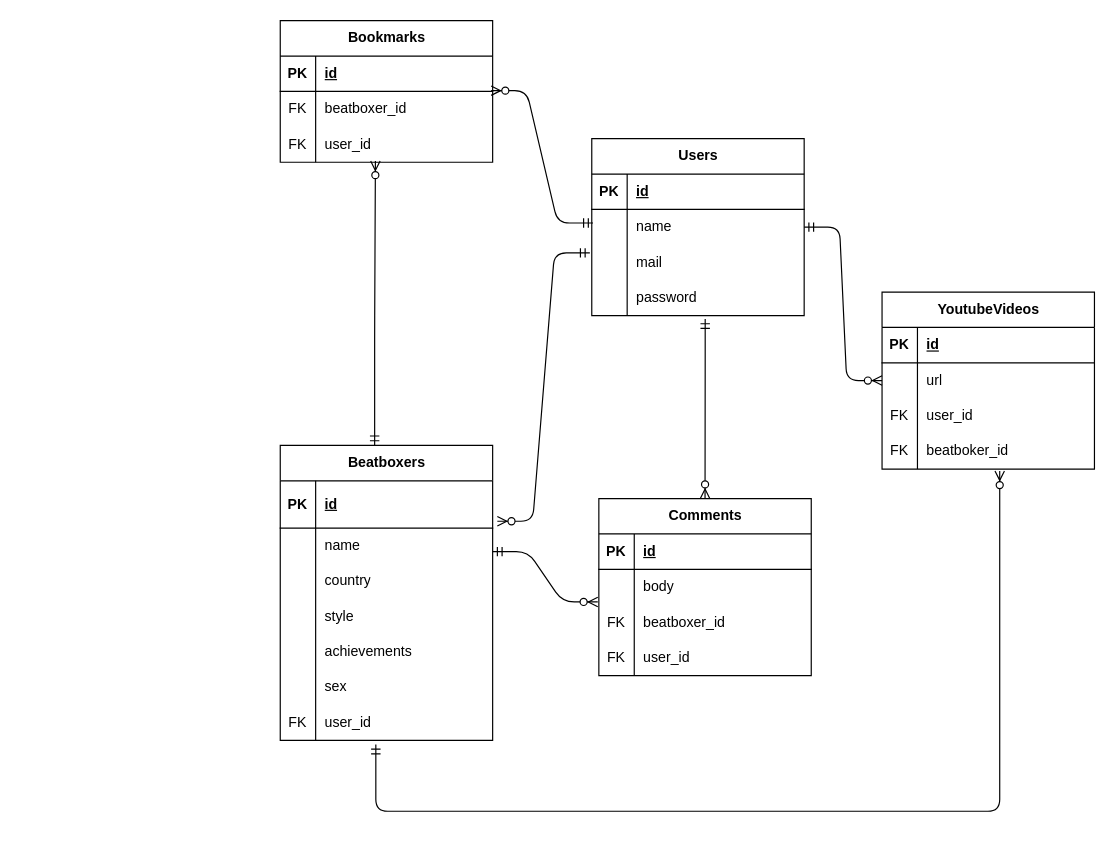
The draw.io diagram database_model_er.dio in yusuke061467/beatboxer-collection, before the edit. Source tidied: cells renumbered, new cells numbered last; positions are measured from the earlier drawing's top-left corner, leaving out a move shared by most shapes. Both pictures are drawn from the tidied source at 118%, with x=0, y=0 at pixel (280, 20).
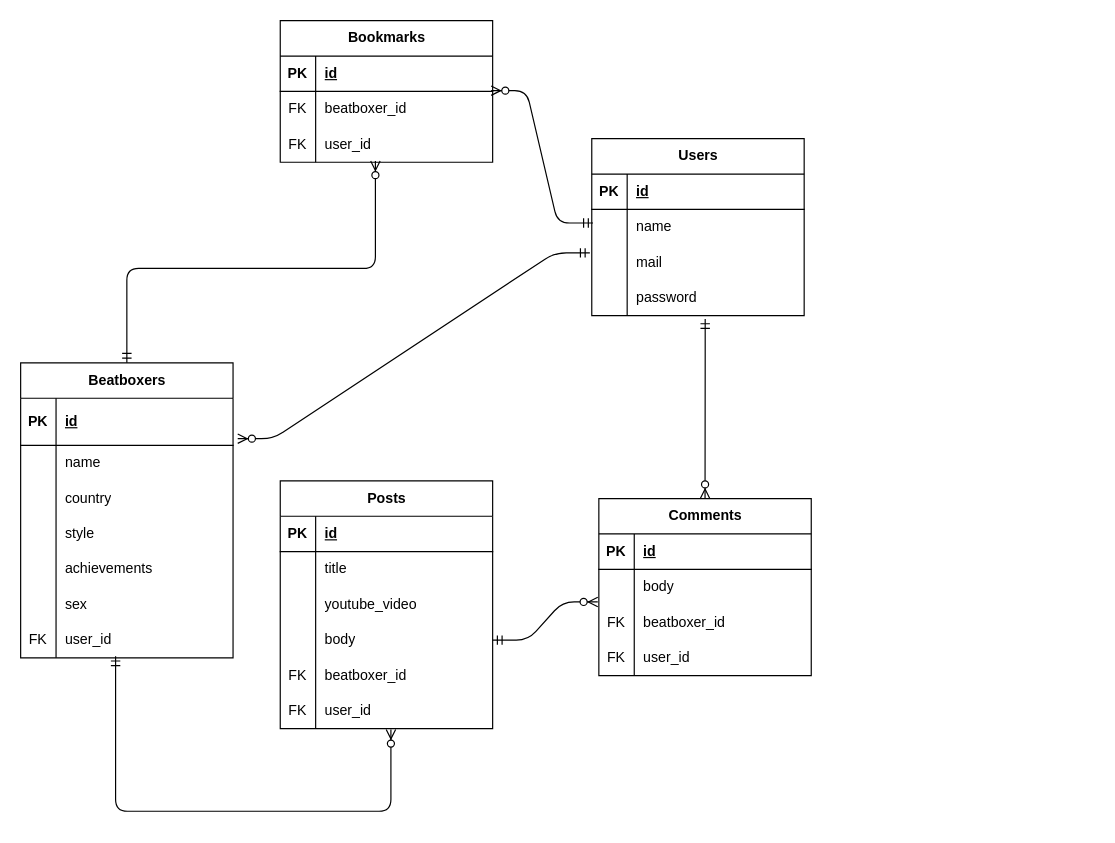
Above is the later version.

Commit message (it also covers changes not shown here):
add: postsテーブルの追加 & youtube_videoテーブルの削除

The change refers to these unchanged cells:
```xml
<mxCell id="3" style="shape=tableRow;horizontal=0;startSize=0;swimlaneHead=0;swimlaneBody=0;fillColor=none;points=[[0,0.5],[1,0.5]];portConstraint=eastwest;top=0;left=0;right=0;bottom=1;" parent="2" vertex="1">
  <mxGeometry y="30" width="180" height="40" as="geometry" />
</mxCell>
<mxCell id="21" style="shape=tableRow;horizontal=0;startSize=0;swimlaneHead=0;swimlaneBody=0;fillColor=none;points=[[0,0.5],[1,0.5]];portConstraint=eastwest;top=0;left=0;right=0;bottom=0;" parent="2" vertex="1">
  <mxGeometry y="220" width="180" height="30" as="geometry" />
</mxCell>
<mxCell id="28" style="shape=tableRow;horizontal=0;startSize=0;swimlaneHead=0;swimlaneBody=0;fillColor=none;points=[[0,0.5],[1,0.5]];portConstraint=eastwest;top=0;left=0;right=0;bottom=0;" parent="24" vertex="1">
  <mxGeometry y="60" width="180" height="30" as="geometry" />
</mxCell>
<mxCell id="31" style="shape=tableRow;horizontal=0;startSize=0;swimlaneHead=0;swimlaneBody=0;fillColor=none;points=[[0,0.5],[1,0.5]];portConstraint=eastwest;top=0;left=0;right=0;bottom=0;" parent="24" vertex="1">
  <mxGeometry y="90" width="180" height="30" as="geometry" />
</mxCell>
<mxCell id="41" style="shape=tableRow;horizontal=0;startSize=0;swimlaneHead=0;swimlaneBody=0;fillColor=none;points=[[0,0.5],[1,0.5]];portConstraint=eastwest;top=0;left=0;right=0;bottom=0;" parent="37" vertex="1">
  <mxGeometry y="60" width="180" height="30" as="geometry" />
</mxCell>
<mxCell id="57" style="shape=tableRow;horizontal=0;startSize=0;swimlaneHead=0;swimlaneBody=0;fillColor=none;points=[[0,0.5],[1,0.5]];portConstraint=eastwest;top=0;left=0;right=0;bottom=0;" parent="50" vertex="1">
  <mxGeometry y="90" width="180" height="30" as="geometry" />
</mxCell>
```

Diff of the diagram source:
```diff
@@
     <mxCell id="2" value="Beatboxers" style="shape=table;startSize=30;childLayout=tableLayout;rowLines=0;fontStyle=1;align=center;html=1;" parent="1" vertex="1">
-      <mxGeometry y="360" width="180" height="250" as="geometry" />
+      <mxGeometry x="-220" y="290" width="180" height="250" as="geometry" />
     </mxCell>
@@
     <mxCell id="60" style="edgeStyle=elbowEdgeStyle;fontSize=12;html=1;endArrow=ERzeroToMany;startArrow=ERmandOne;elbow=vertical;entryX=0.448;entryY=0.965;entryDx=0;entryDy=0;entryPerimeter=0;" parent="1" edge="1" source="2" target="57">
       <mxGeometry relative="1" as="geometry">
         <Array as="points">
-          <mxPoint x="80" y="260" />
+          <mxPoint x="-20" y="210" />
           <mxPoint x="98" y="270" />
         </Array>
       </mxGeometry>
     </mxCell>
@@
     <mxCell id="63" value="FK" style="shape=partialRectangle;fillColor=none;top=0;left=0;bottom=0;right=0;overflow=hidden;whiteSpace=wrap;html=1;" parent="1" vertex="1">
-      <mxGeometry y="580" width="30" height="30" as="geometry" />
+      <mxGeometry x="-220" y="510" width="30" height="30" as="geometry" />
     </mxCell>
-    <mxCell id="64" value="YoutubeVideos" style="shape=table;startSize=30;childLayout=tableLayout;rowLines=0;fontStyle=1;align=center;html=1;" parent="1" vertex="1">
-      <mxGeometry x="510" y="230" width="180" height="150" as="geometry" />
-    </mxCell>
+    <mxCell id="78" style="edgeStyle=entityRelationEdgeStyle;fontSize=12;html=1;endArrow=ERzeroToMany;startArrow=ERmandOne;entryX=-0.005;entryY=0.921;entryDx=0;entryDy=0;entryPerimeter=0;" parent="1" edge="1" source="74" target="41">
+      <mxGeometry relative="1" as="geometry">
+        <Array as="points">
+          <mxPoint x="200" y="344" />
+          <mxPoint x="90" y="555" />
+          <mxPoint x="210" y="374" />
+        </Array>
+      </mxGeometry>
+    </mxCell>
+    <mxCell id="79" style="edgeStyle=elbowEdgeStyle;fontSize=12;html=1;endArrow=ERzeroToMany;startArrow=ERmandOne;elbow=vertical;entryX=0.521;entryY=1.022;entryDx=0;entryDy=0;entryPerimeter=0;exitX=0.447;exitY=0.955;exitDx=0;exitDy=0;exitPerimeter=0;" parent="1" edge="1" source="21" target="91">
+      <mxGeometry relative="1" as="geometry">
+        <Array as="points">
+          <mxPoint x="60" y="670" />
+          <mxPoint x="350" y="670" />
+          <mxPoint x="648" y="517" />
+        </Array>
+      </mxGeometry>
+    </mxCell>
+    <mxCell id="80" style="edgeStyle=entityRelationEdgeStyle;fontSize=12;html=1;endArrow=ERzeroToMany;startArrow=ERmandOne;exitX=-0.009;exitY=0.227;exitDx=0;exitDy=0;exitPerimeter=0;entryX=1.022;entryY=0.856;entryDx=0;entryDy=0;entryPerimeter=0;" parent="1" edge="1" source="31" target="3">
+      <mxGeometry relative="1" as="geometry">
+        <Array as="points">
+          <mxPoint x="190" y="190" />
+          <mxPoint x="240" y="350" />
+          <mxPoint x="200" y="420" />
+          <mxPoint x="200" y="430" />
+          <mxPoint x="210" y="250" />
+        </Array>
+      </mxGeometry>
+    </mxCell>
+    <mxCell id="81" value="Posts" style="shape=table;startSize=30;childLayout=tableLayout;rowLines=0;fontStyle=1;align=center;html=1;" parent="1" vertex="1">
+      <mxGeometry y="390" width="180" height="210" as="geometry" />
+    </mxCell>
-    <mxCell id="65" style="shape=tableRow;horizontal=0;startSize=0;swimlaneHead=0;swimlaneBody=0;fillColor=none;top=0;left=0;right=0;bottom=1;" parent="64" vertex="1">
+    <mxCell id="65" style="shape=tableRow;horizontal=0;startSize=0;swimlaneHead=0;swimlaneBody=0;fillColor=none;top=0;left=0;right=0;bottom=1;" parent="81" vertex="1">
       <mxGeometry y="30" width="180" height="30" as="geometry" />
     </mxCell>
@@
-    <mxCell id="68" style="shape=tableRow;horizontal=0;startSize=0;swimlaneHead=0;swimlaneBody=0;fillColor=none;points=[[0,0.5],[1,0.5]];portConstraint=eastwest;top=0;left=0;right=0;bottom=0;" parent="64" vertex="1">
+    <mxCell id="68" style="shape=tableRow;horizontal=0;startSize=0;swimlaneHead=0;swimlaneBody=0;fillColor=none;points=[[0,0.5],[1,0.5]];portConstraint=eastwest;top=0;left=0;right=0;bottom=0;" parent="81" vertex="1">
       <mxGeometry y="60" width="180" height="30" as="geometry" />
     </mxCell>
-    <mxCell id="69" style="shape=partialRectangle;fillColor=none;top=0;left=0;bottom=0;right=0;overflow=hidden;whiteSpace=wrap;html=1;" parent="68" vertex="1">
-      <mxGeometry width="30" height="30" as="geometry" />
-    </mxCell>
-    <mxCell id="70" value="url" style="shape=partialRectangle;fillColor=none;top=0;left=0;bottom=0;right=0;align=left;spacingLeft=6;overflow=hidden;whiteSpace=wrap;html=1;" parent="68" vertex="1">
-      <mxGeometry x="30" width="150" height="30" as="geometry" />
-    </mxCell>
+    <mxCell id="82" style="shape=partialRectangle;fillColor=none;top=0;left=0;bottom=0;right=0;overflow=hidden;whiteSpace=wrap;html=1;" parent="68" vertex="1">
+      <mxGeometry width="30" height="30" as="geometry" />
+    </mxCell>
+    <mxCell id="83" value="title" style="shape=partialRectangle;fillColor=none;top=0;left=0;bottom=0;right=0;align=left;spacingLeft=6;overflow=hidden;whiteSpace=wrap;html=1;" parent="68" vertex="1">
+      <mxGeometry x="30" width="150" height="30" as="geometry" />
+    </mxCell>
-    <mxCell id="71" style="shape=tableRow;horizontal=0;startSize=0;swimlaneHead=0;swimlaneBody=0;fillColor=none;top=0;left=0;right=0;bottom=0;" parent="64" vertex="1">
+    <mxCell id="71" style="shape=tableRow;horizontal=0;startSize=0;swimlaneHead=0;swimlaneBody=0;fillColor=none;top=0;left=0;right=0;bottom=0;" parent="81" vertex="1">
       <mxGeometry y="90" width="180" height="30" as="geometry" />
     </mxCell>
-    <mxCell id="72" value="FK" style="shape=partialRectangle;fillColor=none;top=0;left=0;bottom=0;right=0;overflow=hidden;whiteSpace=wrap;html=1;" parent="71" vertex="1">
-      <mxGeometry width="30" height="30" as="geometry" />
-    </mxCell>
+    <mxCell id="84" style="shape=partialRectangle;fillColor=none;top=0;left=0;bottom=0;right=0;overflow=hidden;whiteSpace=wrap;html=1;" parent="71" vertex="1">
+      <mxGeometry width="30" height="30" as="geometry" />
+    </mxCell>
+    <mxCell id="85" value="youtube_video" style="shape=partialRectangle;fillColor=none;top=0;left=0;bottom=0;right=0;align=left;spacingLeft=6;overflow=hidden;whiteSpace=wrap;html=1;" parent="71" vertex="1">
+      <mxGeometry x="30" width="150" height="30" as="geometry" />
+    </mxCell>
+    <mxCell id="74" style="shape=tableRow;horizontal=0;startSize=0;swimlaneHead=0;swimlaneBody=0;fillColor=none;points=[[0,0.5],[1,0.5]];portConstraint=eastwest;top=0;left=0;right=0;bottom=0;" parent="81" vertex="1">
+      <mxGeometry y="120" width="180" height="30" as="geometry" />
+    </mxCell>
+    <mxCell id="86" style="shape=partialRectangle;fillColor=none;top=0;left=0;bottom=0;right=0;overflow=hidden;whiteSpace=wrap;html=1;" parent="74" vertex="1">
+      <mxGeometry width="30" height="30" as="geometry" />
+    </mxCell>
+    <mxCell id="87" value="body" style="shape=partialRectangle;fillColor=none;top=0;left=0;bottom=0;right=0;align=left;spacingLeft=6;overflow=hidden;whiteSpace=wrap;html=1;" parent="74" vertex="1">
+      <mxGeometry x="30" width="150" height="30" as="geometry" />
+    </mxCell>
+    <mxCell id="88" style="shape=tableRow;horizontal=0;startSize=0;swimlaneHead=0;swimlaneBody=0;fillColor=none;top=0;left=0;right=0;bottom=0;" parent="81" vertex="1">
+      <mxGeometry y="150" width="180" height="30" as="geometry" />
+    </mxCell>
+    <mxCell id="89" value="FK" style="shape=partialRectangle;fillColor=none;top=0;left=0;bottom=0;right=0;overflow=hidden;whiteSpace=wrap;html=1;" parent="88" vertex="1">
+      <mxGeometry width="30" height="30" as="geometry" />
+    </mxCell>
+    <mxCell id="90" value="beatboxer_id" style="shape=partialRectangle;fillColor=none;top=0;left=0;bottom=0;right=0;align=left;spacingLeft=6;overflow=hidden;whiteSpace=wrap;html=1;" parent="88" vertex="1">
+      <mxGeometry x="30" width="150" height="30" as="geometry" />
+    </mxCell>
+    <mxCell id="91" style="shape=tableRow;horizontal=0;startSize=0;swimlaneHead=0;swimlaneBody=0;fillColor=none;points=[[0,0.5],[1,0.5]];portConstraint=eastwest;top=0;left=0;right=0;bottom=0;" parent="81" vertex="1">
+      <mxGeometry y="180" width="180" height="30" as="geometry" />
+    </mxCell>
+    <mxCell id="92" value="FK" style="shape=partialRectangle;fillColor=none;top=0;left=0;bottom=0;right=0;overflow=hidden;whiteSpace=wrap;html=1;" parent="91" vertex="1">
+      <mxGeometry width="30" height="30" as="geometry" />
+    </mxCell>
-    <mxCell id="73" value="user_id" style="shape=partialRectangle;fillColor=none;top=0;left=0;bottom=0;right=0;align=left;spacingLeft=6;overflow=hidden;whiteSpace=wrap;html=1;" parent="71" vertex="1">
+    <mxCell id="73" value="user_id" style="shape=partialRectangle;fillColor=none;top=0;left=0;bottom=0;right=0;align=left;spacingLeft=6;overflow=hidden;whiteSpace=wrap;html=1;" parent="91" vertex="1">
       <mxGeometry x="30" width="150" height="30" as="geometry" />
     </mxCell>
-    <mxCell id="74" style="shape=tableRow;horizontal=0;startSize=0;swimlaneHead=0;swimlaneBody=0;fillColor=none;points=[[0,0.5],[1,0.5]];portConstraint=eastwest;top=0;left=0;right=0;bottom=0;" parent="64" vertex="1">
-      <mxGeometry y="120" width="180" height="30" as="geometry" />
-    </mxCell>
-    <mxCell id="75" value="FK" style="shape=partialRectangle;fillColor=none;top=0;left=0;bottom=0;right=0;overflow=hidden;whiteSpace=wrap;html=1;" parent="74" vertex="1">
-      <mxGeometry width="30" height="30" as="geometry" />
-    </mxCell>
-    <mxCell id="76" value="beatboker_id" style="shape=partialRectangle;fillColor=none;top=0;left=0;bottom=0;right=0;align=left;spacingLeft=6;overflow=hidden;whiteSpace=wrap;html=1;" parent="74" vertex="1">
-      <mxGeometry x="30" width="150" height="30" as="geometry" />
-    </mxCell>
-    <mxCell id="77" style="edgeStyle=entityRelationEdgeStyle;fontSize=12;html=1;endArrow=ERzeroToMany;startArrow=ERmandOne;entryX=0;entryY=0.5;entryDx=0;entryDy=0;exitX=1;exitY=0.5;exitDx=0;exitDy=0;" parent="1" edge="1" source="28" target="68">
-      <mxGeometry relative="1" as="geometry">
-        <Array as="points">
-          <mxPoint x="460" y="29" />
-          <mxPoint x="350" y="240" />
-          <mxPoint x="470" y="59" />
-        </Array>
-      </mxGeometry>
-    </mxCell>
-    <mxCell id="78" style="edgeStyle=entityRelationEdgeStyle;fontSize=12;html=1;endArrow=ERzeroToMany;startArrow=ERmandOne;entryX=-0.005;entryY=0.921;entryDx=0;entryDy=0;exitX=1;exitY=0.5;exitDx=0;exitDy=0;entryPerimeter=0;" parent="1" edge="1" target="41">
-      <mxGeometry relative="1" as="geometry">
-        <mxPoint x="180" y="450" as="sourcePoint" />
-        <Array as="points">
-          <mxPoint x="200" y="344" />
-          <mxPoint x="90" y="555" />
-          <mxPoint x="210" y="374" />
-        </Array>
-      </mxGeometry>
-    </mxCell>
-    <mxCell id="79" style="edgeStyle=elbowEdgeStyle;fontSize=12;html=1;endArrow=ERzeroToMany;startArrow=ERmandOne;elbow=vertical;entryX=0.554;entryY=1.053;entryDx=0;entryDy=0;entryPerimeter=0;exitX=0.45;exitY=1.112;exitDx=0;exitDy=0;exitPerimeter=0;" parent="1" edge="1" source="21" target="74">
-      <mxGeometry relative="1" as="geometry">
-        <Array as="points">
-          <mxPoint x="60" y="670" />
-          <mxPoint x="350" y="670" />
-          <mxPoint x="648" y="517" />
-        </Array>
-      </mxGeometry>
-    </mxCell>
-    <mxCell id="80" style="edgeStyle=entityRelationEdgeStyle;fontSize=12;html=1;endArrow=ERzeroToMany;startArrow=ERmandOne;exitX=-0.009;exitY=0.227;exitDx=0;exitDy=0;exitPerimeter=0;entryX=1.022;entryY=0.856;entryDx=0;entryDy=0;entryPerimeter=0;" parent="1" edge="1" source="31" target="3">
-      <mxGeometry relative="1" as="geometry">
-        <Array as="points">
-          <mxPoint x="190" y="190" />
-          <mxPoint x="240" y="350" />
-          <mxPoint x="200" y="420" />
-          <mxPoint x="200" y="430" />
-          <mxPoint x="210" y="250" />
-        </Array>
-      </mxGeometry>
-    </mxCell>
```
